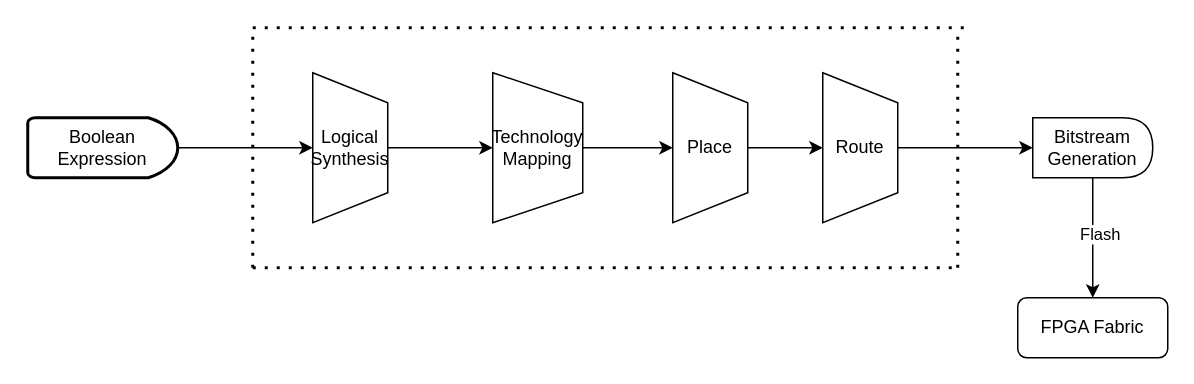
The draw.io diagram slides/images/cad_flow.drawio in vicharak-in/noisa, before the edit. Source tidied: cells renumbered, new cells numbered last; positions are measured from the earlier drawing's top-left corner, leaving out a move shared by most shapes. Both pictures are drawn from the tidied source at 150%, with x=0, y=0 at pixel (27, 27).
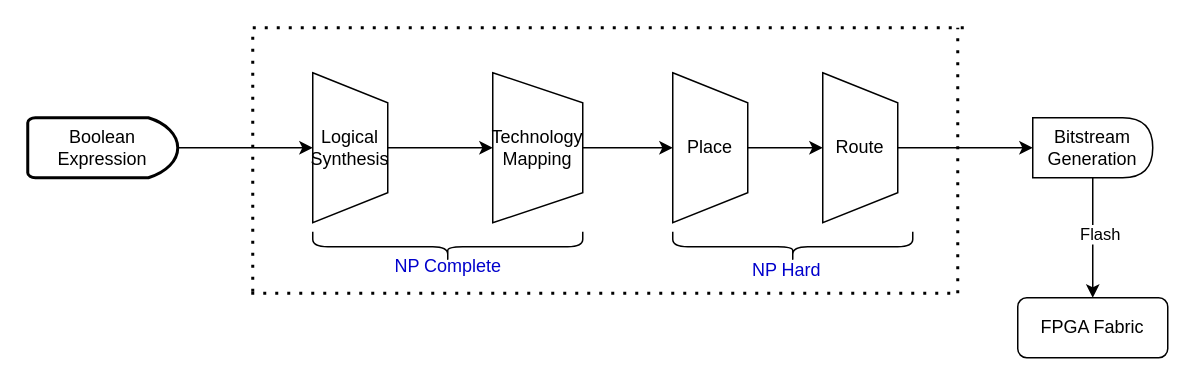
After the change.

Change to the diagram source:
```diff
@@
     <mxCell id="13" style="endArrow=none;dashed=1;html=1;dashPattern=1 3;strokeWidth=2;rounded=0;" parent="1" edge="1">
       <mxGeometry relative="1" as="geometry">
-        <mxPoint x="150" y="160" as="sourcePoint" />
+        <mxPoint x="150" y="176" as="sourcePoint" />
         <mxPoint x="150" as="targetPoint" />
       </mxGeometry>
     </mxCell>
     <mxCell id="14" style="endArrow=none;dashed=1;html=1;dashPattern=1 3;strokeWidth=2;rounded=0;" parent="1" edge="1">
       <mxGeometry relative="1" as="geometry">
-        <mxPoint x="620" y="160" as="sourcePoint" />
+        <mxPoint x="620" y="177" as="sourcePoint" />
         <mxPoint x="620" as="targetPoint" />
       </mxGeometry>
     </mxCell>
     <mxCell id="15" style="endArrow=none;dashed=1;html=1;dashPattern=1 3;strokeWidth=2;rounded=0;" parent="1" edge="1">
       <mxGeometry relative="1" as="geometry">
-        <mxPoint x="150" y="160" as="sourcePoint" />
-        <mxPoint x="620" y="160" as="targetPoint" />
+        <mxPoint x="149" y="177" as="sourcePoint" />
+        <mxPoint x="619" y="177" as="targetPoint" />
       </mxGeometry>
     </mxCell>
@@
+    <mxCell id="20" style="shape=curlyBracket;whiteSpace=wrap;html=1;rounded=1;labelPosition=left;verticalLabelPosition=middle;align=right;verticalAlign=middle;direction=north;size=0.5;" parent="1" vertex="1">
+      <mxGeometry x="190" y="136" width="180" height="20" as="geometry" />
+    </mxCell>
+    <mxCell id="21" style="shape=curlyBracket;whiteSpace=wrap;html=1;rounded=1;flipH=1;labelPosition=right;verticalLabelPosition=middle;align=left;verticalAlign=middle;direction=north;" parent="1" vertex="1">
+      <mxGeometry x="430" y="136" width="160" height="20" as="geometry" />
+    </mxCell>
+    <mxCell id="22" value="&lt;font color=&quot;#0000cc&quot;&gt;NP Complete&lt;/font&gt;" style="text;html=1;align=center;verticalAlign=middle;strokeColor=none;fillColor=none;" parent="1" vertex="1">
+      <mxGeometry x="235" y="144" width="90" height="30" as="geometry" />
+    </mxCell>
+    <mxCell id="23" value="&lt;font color=&quot;#0000cc&quot;&gt;&amp;nbsp;NP Hard&lt;/font&gt;" style="text;html=1;align=center;verticalAlign=middle;strokeColor=none;fillColor=none;" parent="1" vertex="1">
+      <mxGeometry x="469" y="147" width="70" height="30" as="geometry" />
+    </mxCell>
```
